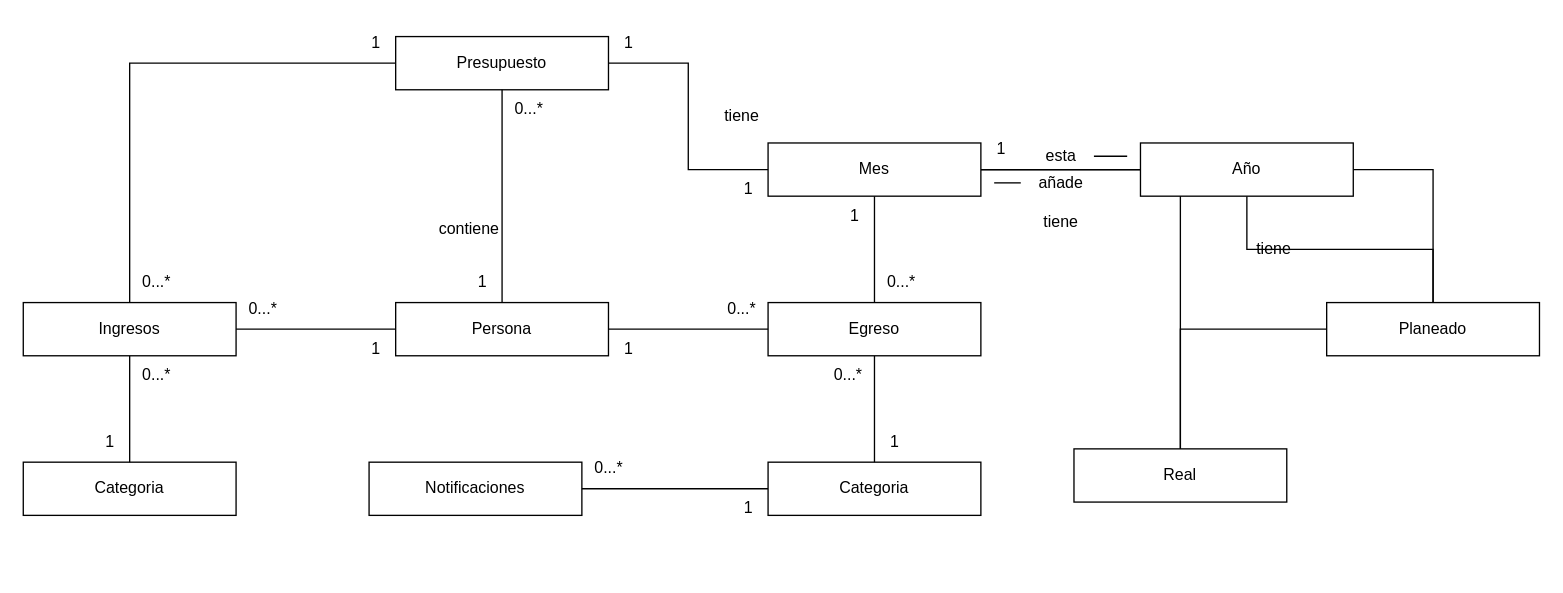
Before: page "Otro" (5 of 5) of Modelo de dominio.drawio in DOOPan2022/Presupuesto, a draw.io diagram. Source tidied: cells renumbered, new cells numbered last; positions are measured from the earlier drawing's top-left corner, leaving out a move shared by most shapes. Both pictures are drawn from the tidied source at 133%, with x=0, y=0 at pixel (23, 23).
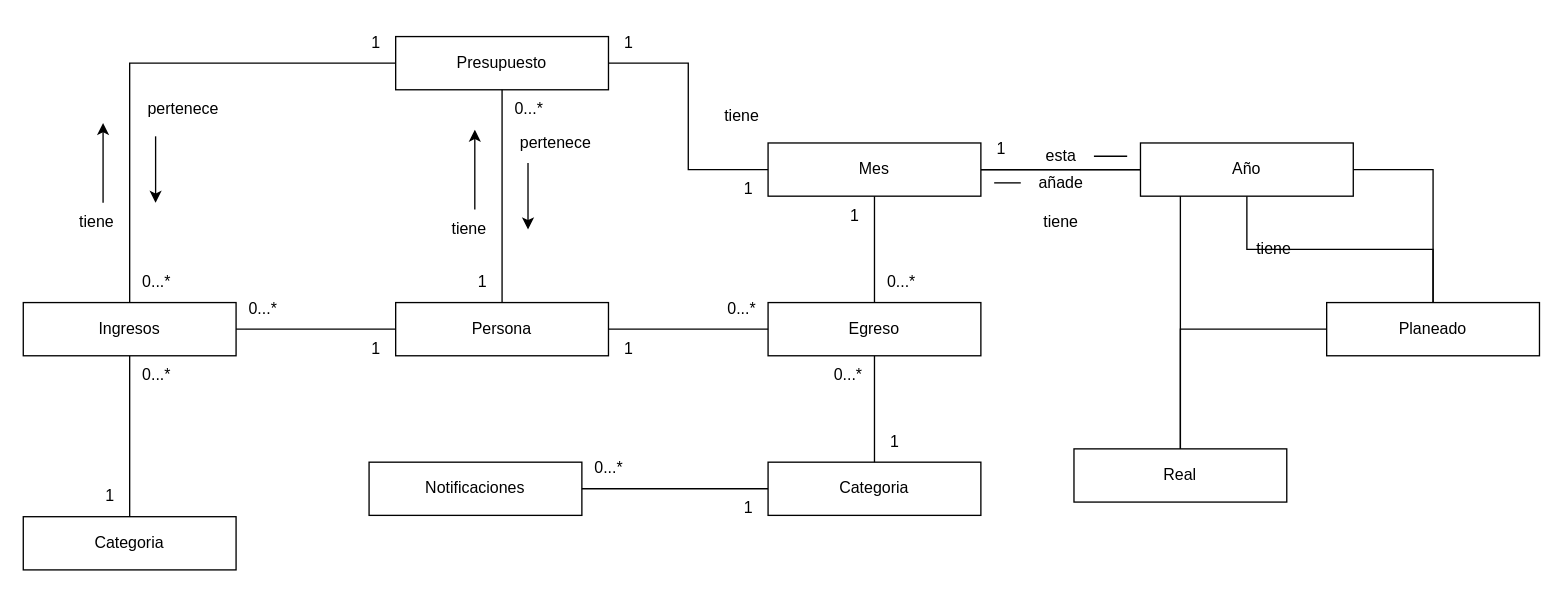
The same page after the edit.

The edit, as a diff of the source:
```diff
@@
     <mxCell id="2" value="Categoria" style="rounded=0;whiteSpace=wrap;html=1;" parent="1" vertex="1">
-      <mxGeometry y="330" width="160" height="40" as="geometry" />
+      <mxGeometry y="371" width="160" height="40" as="geometry" />
     </mxCell>
@@
-    <mxCell id="31" value="contiene" style="text;html=1;align=center;verticalAlign=middle;strokeColor=none;fillColor=none;" parent="1" vertex="1">
-      <mxGeometry x="300" y="140" width="70" height="30" as="geometry" />
+    <mxCell id="31" value="tiene" style="text;html=1;align=center;verticalAlign=middle;strokeColor=none;fillColor=none;" parent="1" vertex="1">
+      <mxGeometry x="310" y="140" width="50" height="30" as="geometry" />
     </mxCell>
@@
     <mxCell id="49" value="1" style="text;html=1;align=center;verticalAlign=middle;strokeColor=none;fillColor=none;" parent="1" vertex="1">
-      <mxGeometry x="50" y="300" width="30" height="30" as="geometry" />
+      <mxGeometry x="50" y="341" width="30" height="30" as="geometry" />
     </mxCell>
@@
+    <mxCell id="54" value="pertenece" style="text;html=1;align=center;verticalAlign=middle;strokeColor=none;fillColor=none;" parent="1" vertex="1">
+      <mxGeometry x="360" y="75" width="80" height="30" as="geometry" />
+    </mxCell>
+    <mxCell id="55" style="endArrow=classic;html=1;rounded=0;" parent="1" edge="1">
+      <mxGeometry relative="1" as="geometry">
+        <mxPoint x="339.5" y="140" as="sourcePoint" />
+        <mxPoint x="339.5" y="80" as="targetPoint" />
+      </mxGeometry>
+    </mxCell>
+    <mxCell id="56" style="endArrow=classic;html=1;rounded=0;" parent="1" edge="1">
+      <mxGeometry relative="1" as="geometry">
+        <mxPoint x="379.5" y="105" as="sourcePoint" />
+        <mxPoint x="379.5" y="155" as="targetPoint" />
+      </mxGeometry>
+    </mxCell>
+    <mxCell id="57" value="tiene" style="text;html=1;align=center;verticalAlign=middle;strokeColor=none;fillColor=none;" parent="1" vertex="1">
+      <mxGeometry x="30" y="135" width="50" height="30" as="geometry" />
+    </mxCell>
+    <mxCell id="58" value="pertenece" style="text;html=1;align=center;verticalAlign=middle;strokeColor=none;fillColor=none;" parent="1" vertex="1">
+      <mxGeometry x="80" y="50" width="80" height="30" as="geometry" />
+    </mxCell>
+    <mxCell id="59" style="endArrow=classic;html=1;rounded=0;" parent="1" edge="1">
+      <mxGeometry relative="1" as="geometry">
+        <mxPoint x="99.5" y="85" as="sourcePoint" />
+        <mxPoint x="99.5" y="135" as="targetPoint" />
+      </mxGeometry>
+    </mxCell>
+    <mxCell id="60" style="endArrow=classic;html=1;rounded=0;" parent="1" edge="1">
+      <mxGeometry relative="1" as="geometry">
+        <mxPoint x="60" y="135" as="sourcePoint" />
+        <mxPoint x="60" y="75" as="targetPoint" />
+      </mxGeometry>
+    </mxCell>
```
